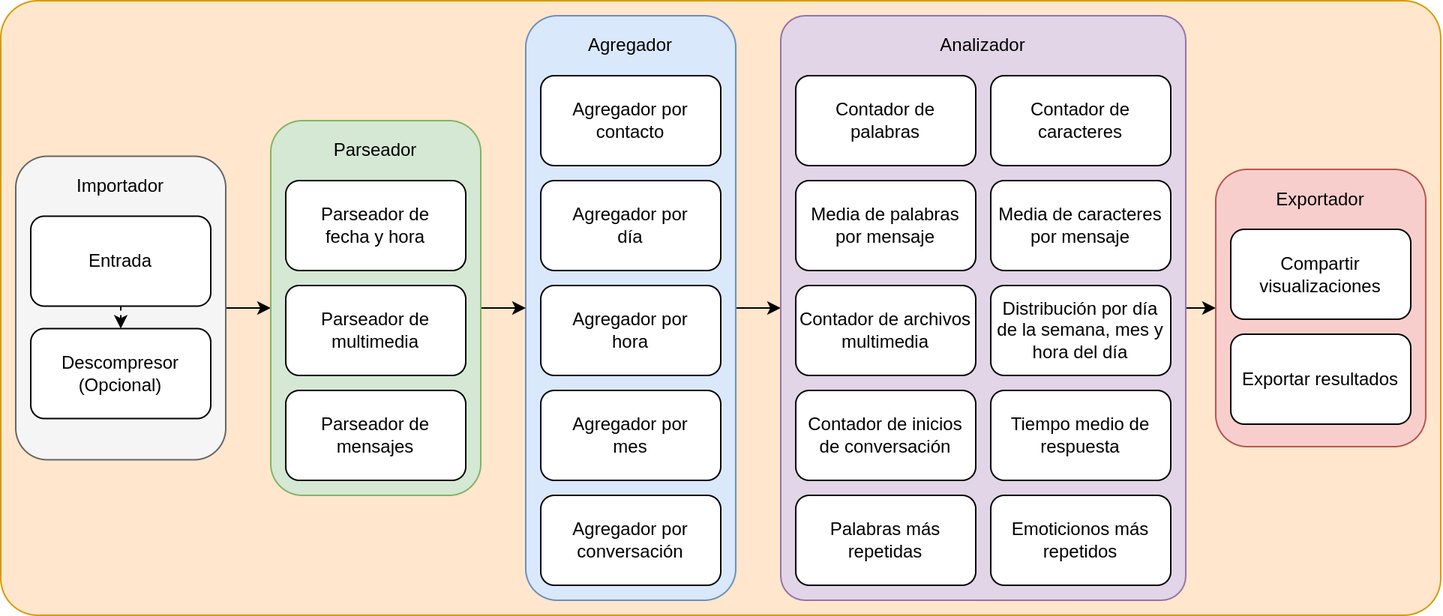
This is img/architecture_processing.png from d3vv3/tfg, a draw.io export, as it was before one commit. Source tidied: cells renumbered, new cells last; positions are measured from the earlier drawing's top-left corner, leaving out a move shared by most shapes.
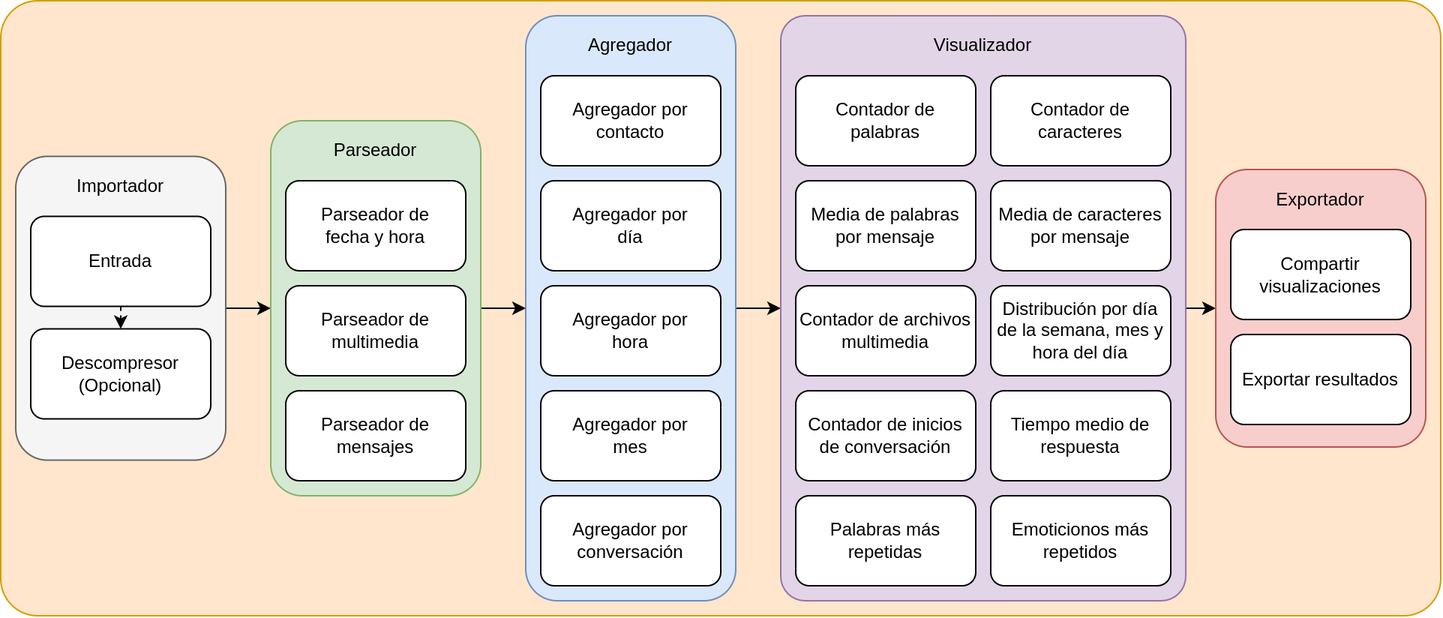
The same diagram one commit later.

The edit, as a diff of the source:
```diff
@@ -80,7 +80,7 @@
     <mxCell id="27" value="Media de caracteres por mensaje" style="rounded=1;whiteSpace=wrap;html=1;" parent="1" vertex="1">
       <mxGeometry x="660" y="120" width="120" height="60" as="geometry" />
     </mxCell>
-    <mxCell id="28" value="Analizador" style="text;html=1;strokeColor=none;fillColor=none;align=center;verticalAlign=middle;whiteSpace=wrap;rounded=0;" parent="1" vertex="1">
+    <mxCell id="28" value="Visualizador" style="text;html=1;strokeColor=none;fillColor=none;align=center;verticalAlign=middle;whiteSpace=wrap;rounded=0;" parent="1" vertex="1">
       <mxGeometry x="625" y="10" width="60" height="40" as="geometry" />
     </mxCell>
     <mxCell id="29" value="Contador de archivos multimedia" style="rounded=1;whiteSpace=wrap;html=1;" parent="1" vertex="1">
```
